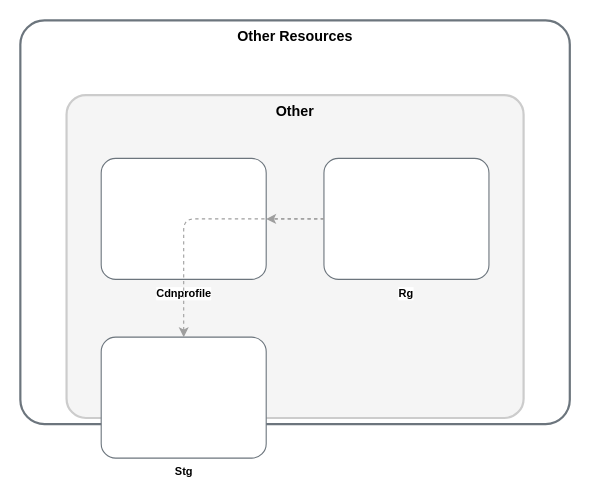
This is examples/serverless-website/azure/pulumi/architecture-diagram.drawio from suryakumaran2611/auto-arch-diagram, a draw.io file, before an edit. Source tidied: cells renumbered, new cells numbered last; positions are measured from the earlier drawing's top-left corner, leaving out a move shared by most shapes. Both pictures are drawn from the tidied source at 110%, with x=0, y=0 at pixel (20, 20).
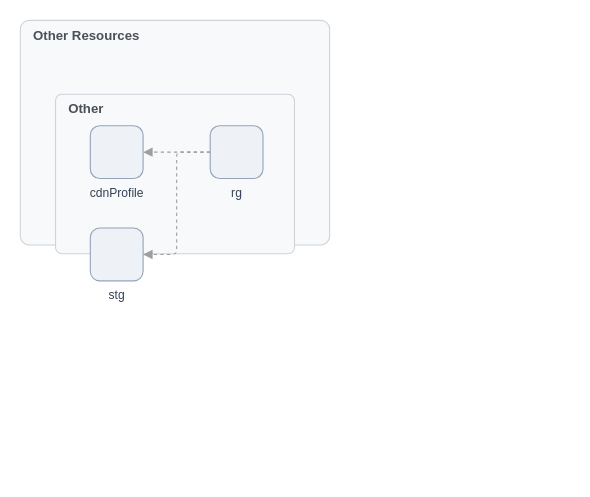
The same page after the edit.

Change to the diagram source:
```diff
@@
-<mxGraphModel background="#ffffff">
+<mxGraphModel background="#FFFFFF">
   <root>
     <mxCell id="0" />
     <mxCell id="1" parent="0" />
-    <mxCell id="2" value="Other Resources" style="rounded=1;whiteSpace=wrap;html=1;arcSize=6;verticalAlign=top;fontSize=13;fontStyle=1;fillColor=#FFFFFF;strokeColor=#6C757D;strokeWidth=2;" parent="1" vertex="1">
-      <mxGeometry width="499.5" height="367" as="geometry" />
+    <mxCell id="2" value="Other Resources" style="rounded=1;whiteSpace=wrap;html=1;arcSize=4;verticalAlign=top;align=left;spacingLeft=10;fontSize=12;fontStyle=1;fillColor=#F8F9FA;strokeColor=#CED4DA;fontColor=#495057;" parent="1" vertex="1">
+      <mxGeometry width="281.2" height="204.2" as="geometry" />
     </mxCell>
-    <mxCell id="3" value="Other" style="rounded=1;whiteSpace=wrap;html=1;arcSize=6;verticalAlign=top;fontSize=13;fontStyle=1;fillColor=#F5F5F5;strokeColor=#CCCCCC;strokeWidth=2;" parent="2" vertex="1">
-      <mxGeometry x="42" y="68" width="415.5" height="293.5" as="geometry" />
+    <mxCell id="3" value="Other" style="rounded=1;whiteSpace=wrap;html=1;arcSize=4;verticalAlign=top;align=left;spacingLeft=10;fontSize=12;fontStyle=1;fillColor=#F8F9FA;strokeColor=#CED4DA;fontColor=#495057;" parent="2" vertex="1">
+      <mxGeometry x="32" y="67.2" width="217.2" height="145" as="geometry" />
     </mxCell>
-    <mxCell id="4" value="&lt;b&gt;Cdnprofile&lt;/b&gt;&lt;br/&gt;" style="rounded=1;whiteSpace=wrap;html=1;arcSize=12;fillColor=#FFFFFF;strokeColor=#6C757D;strokeWidth=1;fontSize=10;verticalLabelPosition=bottom;verticalAlign=top;labelBackgroundColor=#FFFFFF;" parent="3" vertex="1">
-      <mxGeometry x="31.5" y="57.5" width="150" height="110" as="geometry" />
+    <mxCell id="4" value="cdnProfile" style="rounded=1;whiteSpace=wrap;html=1;arcSize=18;fillColor=#EEF2F7;strokeColor=#94A3B8;verticalLabelPosition=bottom;verticalAlign=top;fontSize=11;fontColor=#334155;" parent="3" vertex="1">
+      <mxGeometry x="31.6" y="28.6" width="48" height="48" as="geometry" />
     </mxCell>
-    <mxCell id="5" value="&lt;b&gt;Rg&lt;/b&gt;&lt;br/&gt;" style="rounded=1;whiteSpace=wrap;html=1;arcSize=12;fillColor=#FFFFFF;strokeColor=#6C757D;strokeWidth=1;fontSize=10;verticalLabelPosition=bottom;verticalAlign=top;labelBackgroundColor=#FFFFFF;" parent="3" vertex="1">
-      <mxGeometry x="234" y="57.5" width="150" height="110" as="geometry" />
+    <mxCell id="5" value="rg" style="rounded=1;whiteSpace=wrap;html=1;arcSize=18;fillColor=#EEF2F7;strokeColor=#94A3B8;verticalLabelPosition=bottom;verticalAlign=top;fontSize=11;fontColor=#334155;" parent="3" vertex="1">
+      <mxGeometry x="140.6" y="28.6" width="48" height="48" as="geometry" />
     </mxCell>
-    <mxCell id="6" value="&lt;b&gt;Stg&lt;/b&gt;&lt;br/&gt;" style="rounded=1;whiteSpace=wrap;html=1;arcSize=12;fillColor=#FFFFFF;strokeColor=#6C757D;strokeWidth=1;fontSize=10;verticalLabelPosition=bottom;verticalAlign=top;labelBackgroundColor=#FFFFFF;" parent="3" vertex="1">
-      <mxGeometry x="31.5" y="220" width="150" height="110" as="geometry" />
+    <mxCell id="6" value="stg" style="rounded=1;whiteSpace=wrap;html=1;arcSize=18;fillColor=#EEF2F7;strokeColor=#94A3B8;verticalLabelPosition=bottom;verticalAlign=top;fontSize=11;fontColor=#334155;" parent="3" vertex="1">
+      <mxGeometry x="31.6" y="121.6" width="48" height="48" as="geometry" />
     </mxCell>
-    <mxCell id="7" style="edgeStyle=orthogonalEdgeStyle;rounded=1;html=1;jettySize=auto;strokeColor=#9E9E9E;strokeWidth=1.0;dashed=1;" parent="1" edge="1" source="5" target="4">
+    <mxCell id="7" style="edgeStyle=orthogonalEdgeStyle;rounded=1;arcSize=8;html=1;jettySize=auto;strokeColor=#9E9E9E;strokeWidth=1.0;dashed=1;endArrow=block;endFill=1;exitX=0;exitY=0.5;exitDx=0;exitDy=0;entryX=1;entryY=0.5;entryDx=0;entryDy=0;" parent="1" edge="1" source="5" target="4">
       <mxGeometry relative="1" as="geometry" />
     </mxCell>
-    <mxCell id="8" style="edgeStyle=orthogonalEdgeStyle;rounded=1;html=1;jettySize=auto;strokeColor=#9E9E9E;strokeWidth=1.0;dashed=1;" parent="1" edge="1" source="5" target="6">
+    <mxCell id="8" style="edgeStyle=orthogonalEdgeStyle;rounded=1;arcSize=8;html=1;jettySize=auto;strokeColor=#9E9E9E;strokeWidth=1.0;dashed=1;endArrow=block;endFill=1;exitX=0;exitY=0.5;exitDx=0;exitDy=0;entryX=1;entryY=0.5;entryDx=0;entryDy=0;" parent="1" edge="1" source="5" target="6">
       <mxGeometry relative="1" as="geometry" />
     </mxCell>
   </root>
 </mxGraphModel>
```
